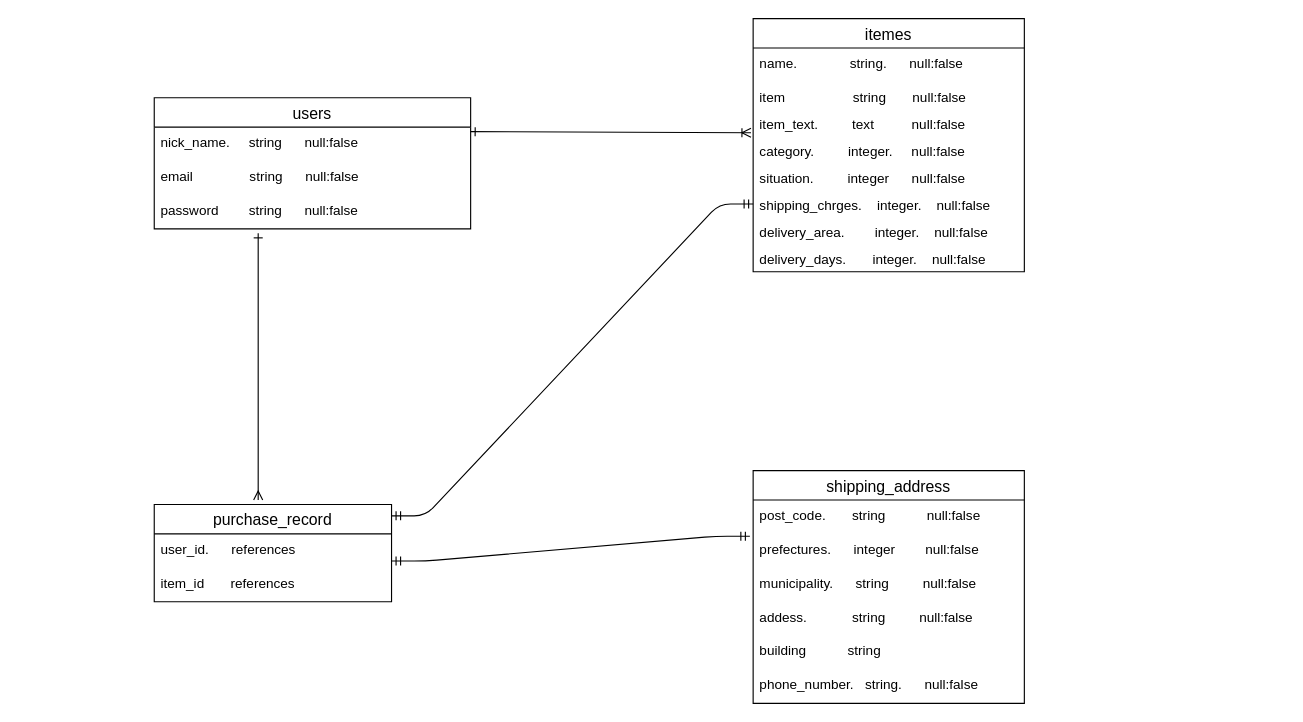
Above: test.dio in tomatokirai/furima-38978 (draw.io), before the change. Source tidied: cells renumbered, new cells numbered last; positions are measured from the earlier drawing's top-left corner, leaving out a move shared by most shapes. Both pictures are drawn from the tidied source at 113%, with x=0, y=0 at pixel (-253, 18).
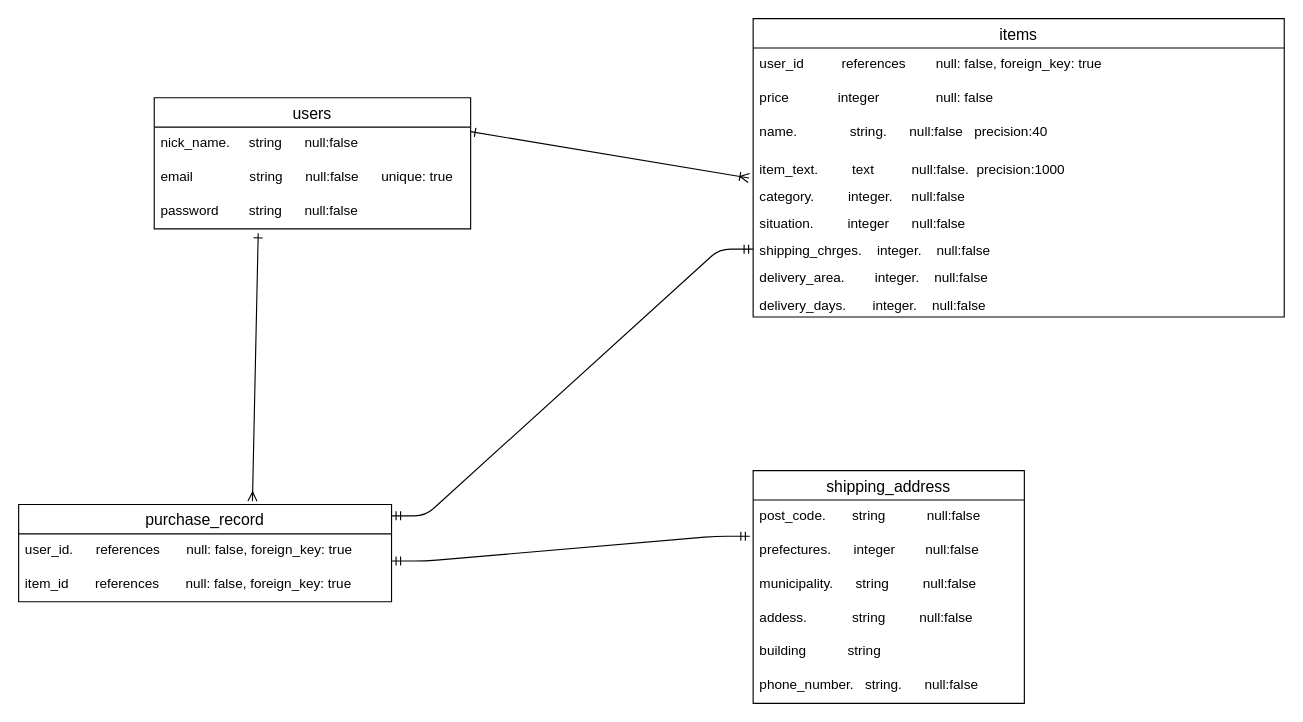
The same page after the edit.

The change refers to these unchanged cells:
```xml
<mxCell id="3" value="users" style="swimlane;fontStyle=0;horizontal=1;startSize=26;align=center;fontSize=14;" parent="1" vertex="1">
  <mxGeometry x="360" y="70" width="280" height="116" as="geometry" />
</mxCell>
```

Change to the diagram source:
```diff
@@
-    <mxCell id="5" value="email               string      null:false      " style="text;strokeColor=none;fillColor=none;spacingLeft=4;spacingRight=4;overflow=hidden;fontSize=12;" parent="3" vertex="1">
+    <mxCell id="5" value="email               string      null:false      unique: true" style="text;strokeColor=none;fillColor=none;spacingLeft=4;spacingRight=4;overflow=hidden;fontSize=12;" parent="3" vertex="1">
       <mxGeometry y="56" width="280" height="30" as="geometry" />
     </mxCell>
@@
     <mxCell id="7" value="purchase_record" style="swimlane;fontStyle=0;horizontal=1;startSize=26;align=center;fontSize=14;" parent="1" vertex="1">
-      <mxGeometry x="360" y="430" width="210" height="86" as="geometry" />
+      <mxGeometry x="240" y="430" width="330" height="86" as="geometry" />
     </mxCell>
-    <mxCell id="8" value="user_id.      references" style="text;strokeColor=none;fillColor=none;spacingLeft=4;spacingRight=4;overflow=hidden;fontSize=12;" parent="7" vertex="1">
-      <mxGeometry y="26" width="210" height="30" as="geometry" />
+    <mxCell id="8" value="user_id.      references       null: false, foreign_key: true" style="text;strokeColor=none;fillColor=none;spacingLeft=4;spacingRight=4;overflow=hidden;fontSize=12;" parent="7" vertex="1">
+      <mxGeometry y="26" width="330" height="30" as="geometry" />
     </mxCell>
-    <mxCell id="9" value="item_id       references" style="text;strokeColor=none;fillColor=none;spacingLeft=4;spacingRight=4;overflow=hidden;fontSize=12;" parent="7" vertex="1">
-      <mxGeometry y="56" width="210" height="30" as="geometry" />
+    <mxCell id="9" value="item_id       references       null: false, foreign_key: true" style="text;strokeColor=none;fillColor=none;spacingLeft=4;spacingRight=4;overflow=hidden;fontSize=12;" parent="7" vertex="1">
+      <mxGeometry y="56" width="330" height="30" as="geometry" />
     </mxCell>
@@
-    <mxCell id="17" value="itemes" style="swimlane;fontStyle=0;horizontal=1;startSize=26;align=center;fontSize=14;" parent="1" vertex="1">
-      <mxGeometry x="890" width="240" height="224" as="geometry" />
+    <mxCell id="17" value="items" style="swimlane;fontStyle=0;horizontal=1;startSize=26;align=center;fontSize=14;" parent="1" vertex="1">
+      <mxGeometry x="890" width="470" height="264" as="geometry" />
     </mxCell>
+    <mxCell id="30" value="user_id          references        null: false, foreign_key: true " style="text;strokeColor=none;fillColor=none;spacingLeft=4;spacingRight=4;overflow=hidden;fontSize=12;" parent="17" vertex="1">
+      <mxGeometry y="26" width="470" height="30" as="geometry" />
+    </mxCell>
+    <mxCell id="31" value="price             integer               null: false " style="text;strokeColor=none;fillColor=none;spacingLeft=4;spacingRight=4;overflow=hidden;fontSize=12;" parent="17" vertex="1">
+      <mxGeometry y="56" width="470" height="30" as="geometry" />
+    </mxCell>
-    <mxCell id="18" value="name.              string.      null:false" style="text;strokeColor=none;fillColor=none;spacingLeft=4;spacingRight=4;overflow=hidden;fontSize=12;" parent="17" vertex="1">
-      <mxGeometry y="26" width="240" height="30" as="geometry" />
+    <mxCell id="18" value="name.              string.      null:false   precision:40" style="text;strokeColor=none;fillColor=none;spacingLeft=4;spacingRight=4;overflow=hidden;fontSize=12;" parent="17" vertex="1">
+      <mxGeometry y="86" width="470" height="34" as="geometry" />
     </mxCell>
-    <mxCell id="19" value="item                  string       null:false" style="text;strokeColor=none;fillColor=none;spacingLeft=4;spacingRight=4;overflow=hidden;fontSize=12;" parent="17" vertex="1">
-      <mxGeometry y="56" width="240" height="24" as="geometry" />
-    </mxCell>
-    <mxCell id="20" value="item_text.         text          null:false" style="text;strokeColor=none;fillColor=none;spacingLeft=4;spacingRight=4;overflow=hidden;points=[[0,0.5],[1,0.5]];portConstraint=eastwest;fontSize=12;" parent="17" vertex="1">
-      <mxGeometry y="80" width="240" height="24" as="geometry" />
+    <mxCell id="20" value="item_text.         text          null:false.  precision:1000" style="text;strokeColor=none;fillColor=none;spacingLeft=4;spacingRight=4;overflow=hidden;points=[[0,0.5],[1,0.5]];portConstraint=eastwest;fontSize=12;" parent="17" vertex="1">
+      <mxGeometry y="120" width="470" height="24" as="geometry" />
     </mxCell>
     <mxCell id="21" value="category.         integer.     null:false" style="text;strokeColor=none;fillColor=none;spacingLeft=4;spacingRight=4;overflow=hidden;fontSize=12;" parent="17" vertex="1">
-      <mxGeometry y="104" width="240" height="24" as="geometry" />
+      <mxGeometry y="144" width="470" height="24" as="geometry" />
     </mxCell>
     <mxCell id="22" value="situation.         integer      null:false" style="text;strokeColor=none;fillColor=none;spacingLeft=4;spacingRight=4;overflow=hidden;fontSize=12;" parent="17" vertex="1">
-      <mxGeometry y="128" width="240" height="24" as="geometry" />
+      <mxGeometry y="168" width="470" height="24" as="geometry" />
     </mxCell>
     <mxCell id="23" value="shipping_chrges.    integer.    null:false" style="text;strokeColor=none;fillColor=none;spacingLeft=4;spacingRight=4;overflow=hidden;points=[[0,0.5],[1,0.5]];portConstraint=eastwest;fontSize=12;" parent="17" vertex="1">
-      <mxGeometry y="152" width="240" height="24" as="geometry" />
+      <mxGeometry y="192" width="470" height="24" as="geometry" />
     </mxCell>
     <mxCell id="24" value="delivery_area.        integer.    null:false" style="text;strokeColor=none;fillColor=none;spacingLeft=4;spacingRight=4;overflow=hidden;fontSize=12;" parent="17" vertex="1">
-      <mxGeometry y="176" width="240" height="24" as="geometry" />
+      <mxGeometry y="216" width="470" height="24" as="geometry" />
     </mxCell>
     <mxCell id="25" value="delivery_days.       integer.    null:false" style="text;strokeColor=none;fillColor=none;spacingLeft=4;spacingRight=4;overflow=hidden;fontSize=12;" parent="17" vertex="1">
-      <mxGeometry y="200" width="240" height="24" as="geometry" />
+      <mxGeometry y="240" width="470" height="24" as="geometry" />
     </mxCell>
@@
-    <mxCell id="29" style="fontSize=12;html=1;endArrow=ERone;startArrow=ERmany;endFill=0;startFill=0;exitX=0.438;exitY=-0.047;exitDx=0;exitDy=0;exitPerimeter=0;" parent="1" edge="1" source="7">
+    <mxCell id="29" style="fontSize=12;html=1;endArrow=ERone;startArrow=ERmany;endFill=0;startFill=0;exitX=0.627;exitY=-0.035;exitDx=0;exitDy=0;exitPerimeter=0;" parent="1" edge="1" source="7">
       <mxGeometry relative="1" as="geometry">
         <mxPoint x="452" y="190" as="targetPoint" />
       </mxGeometry>
     </mxCell>
```
